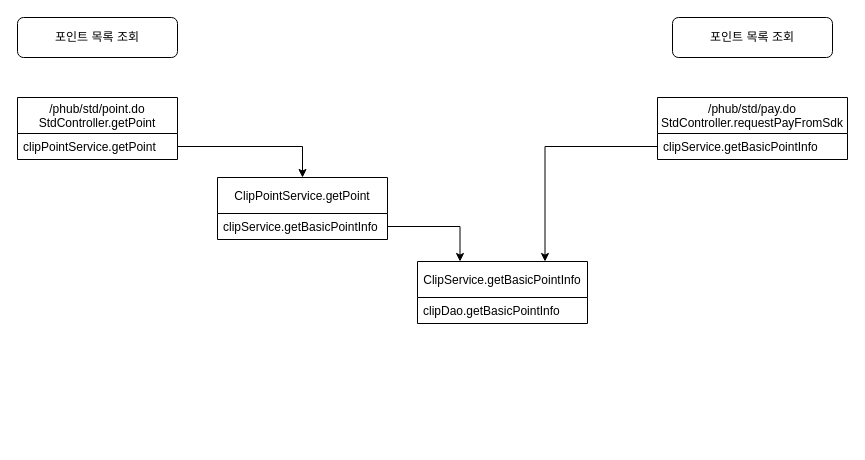
Above: pointHub2.drawio in latemorning/sichuan (draw.io), before the change. Source tidied: cells renumbered, new cells numbered last; positions are measured from the earlier drawing's top-left corner, leaving out a move shared by most shapes. Both pictures are drawn from the tidied source at 100%, with x=0, y=0 at pixel (17, 17).
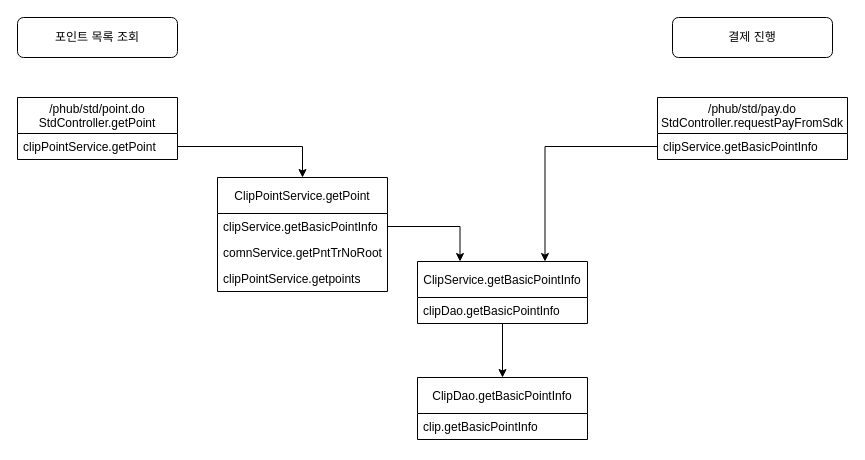
Above is the later version.

What changed in the source:
```diff
@@
 <mxGraphModel background="#ffffff">
   <root>
     <mxCell id="0" />
     <mxCell id="1" parent="0" />
     <mxCell id="2" value="/phub/std/point.do&#10;StdController.getPoint" style="swimlane;fontStyle=0;horizontal=1;startSize=36;fillColor=none;" parent="1" vertex="1">
       <mxGeometry y="80" width="160" height="62" as="geometry" />
     </mxCell>
     <mxCell id="3" value="clipPointService.getPoint" style="text;strokeColor=none;fillColor=none;align=left;verticalAlign=top;spacingLeft=4;spacingRight=4;overflow=hidden;points=[[0,0.5],[1,0.5]];portConstraint=eastwest;" parent="2" vertex="1">
       <mxGeometry y="36" width="160" height="26" as="geometry" />
     </mxCell>
     <mxCell id="4" value="ClipPointService.getPoint" style="swimlane;fontStyle=0;horizontal=1;startSize=36;fillColor=none;" parent="1" vertex="1">
-      <mxGeometry x="200" y="160" width="170" height="62" as="geometry" />
+      <mxGeometry x="200" y="160" width="170" height="114" as="geometry" />
     </mxCell>
     <mxCell id="5" value="clipService.getBasicPointInfo" style="text;strokeColor=none;fillColor=none;align=left;verticalAlign=top;spacingLeft=4;spacingRight=4;overflow=hidden;points=[[0,0.5],[1,0.5]];portConstraint=eastwest;" parent="4" vertex="1">
       <mxGeometry y="36" width="170" height="26" as="geometry" />
     </mxCell>
+    <mxCell id="15" value="comnService.getPntTrNoRoot" style="text;strokeColor=none;fillColor=none;align=left;verticalAlign=top;spacingLeft=4;spacingRight=4;overflow=hidden;" parent="4" vertex="1">
+      <mxGeometry y="62" width="170" height="26" as="geometry" />
+    </mxCell>
+    <mxCell id="16" value="clipPointService.getpoints" style="text;strokeColor=none;fillColor=none;align=left;verticalAlign=top;spacingLeft=4;spacingRight=4;overflow=hidden;" parent="4" vertex="1">
+      <mxGeometry y="88" width="170" height="26" as="geometry" />
+    </mxCell>
     <mxCell id="6" style="edgeStyle=orthogonalEdgeStyle;rounded=0;jettySize=auto;html=1;entryX=0.5;entryY=0;entryDx=0;entryDy=0;" parent="1" edge="1" source="3" target="4">
       <mxGeometry relative="1" as="geometry" />
     </mxCell>
+    <mxCell id="17" style="edgeStyle=orthogonalEdgeStyle;rounded=0;jettySize=auto;html=1;entryX=0.5;entryY=0;entryDx=0;entryDy=0;" parent="1" edge="1" source="7" target="18">
+      <mxGeometry relative="1" as="geometry" />
+    </mxCell>
     <mxCell id="7" value="ClipService.getBasicPointInfo" style="swimlane;fontStyle=0;horizontal=1;startSize=36;fillColor=none;" parent="1" vertex="1">
       <mxGeometry x="400" y="244" width="170" height="62" as="geometry" />
     </mxCell>
     <mxCell id="8" value="clipDao.getBasicPointInfo" style="text;strokeColor=none;fillColor=none;align=left;verticalAlign=top;spacingLeft=4;spacingRight=4;overflow=hidden;" parent="7" vertex="1">
       <mxGeometry y="36" width="170" height="26" as="geometry" />
     </mxCell>
     <mxCell id="9" style="edgeStyle=orthogonalEdgeStyle;rounded=0;jettySize=auto;html=1;entryX=0.25;entryY=0;entryDx=0;entryDy=0;" parent="1" edge="1" source="5" target="7">
       <mxGeometry relative="1" as="geometry" />
     </mxCell>
     <mxCell id="10" value="/phub/std/pay.do&#10;StdController.requestPayFromSdk" style="swimlane;fontStyle=0;horizontal=1;startSize=36;fillColor=none;" parent="1" vertex="1">
       <mxGeometry x="640" y="80" width="190" height="62" as="geometry" />
     </mxCell>
     <mxCell id="11" value="clipService.getBasicPointInfo" style="text;strokeColor=none;fillColor=none;align=left;verticalAlign=top;spacingLeft=4;spacingRight=4;overflow=hidden;points=[[0,0.5],[1,0.5]];portConstraint=eastwest;" parent="10" vertex="1">
       <mxGeometry y="36" width="190" height="26" as="geometry" />
     </mxCell>
     <mxCell id="12" style="edgeStyle=orthogonalEdgeStyle;rounded=0;jettySize=auto;html=1;entryX=0.75;entryY=0;entryDx=0;entryDy=0;" parent="1" edge="1" source="11" target="7">
       <mxGeometry relative="1" as="geometry" />
     </mxCell>
     <mxCell id="13" value="포인트 목록 조회" style="rounded=1;whiteSpace=wrap;html=1;fontSize=12;" parent="1" vertex="1">
       <mxGeometry width="160" height="40" as="geometry" />
     </mxCell>
-    <mxCell id="14" value="포인트 목록 조회" style="rounded=1;whiteSpace=wrap;html=1;fontSize=12;" parent="1" vertex="1">
+    <mxCell id="14" value="결제 진행" style="rounded=1;whiteSpace=wrap;html=1;fontSize=12;" parent="1" vertex="1">
       <mxGeometry x="655" width="160" height="40" as="geometry" />
     </mxCell>
+    <mxCell id="18" value="ClipDao.getBasicPointInfo" style="swimlane;fontStyle=0;horizontal=1;startSize=36;fillColor=none;" parent="1" vertex="1">
+      <mxGeometry x="400" y="360" width="170" height="62" as="geometry" />
+    </mxCell>
+    <mxCell id="19" value="clip.getBasicPointInfo" style="text;strokeColor=none;fillColor=none;align=left;verticalAlign=top;spacingLeft=4;spacingRight=4;overflow=hidden;" parent="18" vertex="1">
+      <mxGeometry y="36" width="170" height="26" as="geometry" />
+    </mxCell>
   </root>
 </mxGraphModel>
```
